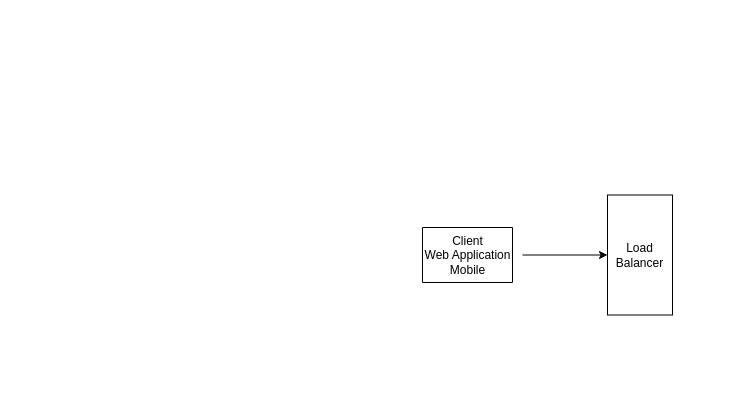
This is twitter.drawio from lacrimae/system_design_practice, a draw.io file, before an edit. Source tidied: cells renumbered, new cells numbered last; positions are measured from the earlier drawing's top-left corner, leaving out a move shared by most shapes. Both pictures are drawn from the tidied source at 100%, with x=0, y=0 at pixel (412, 195).
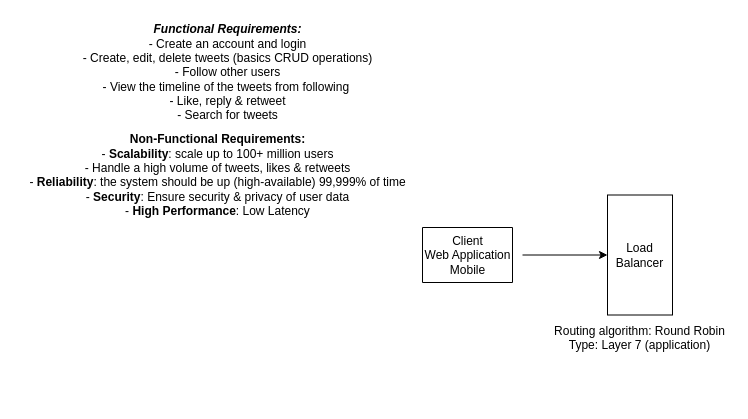
Above is the later version.

The edit, as a diff of the source:
```diff
@@
 <mxGraphModel>
   <root>
     <mxCell id="0" />
     <mxCell id="1" parent="0" />
     <mxCell id="2" style="swimlane;startSize=0;" parent="1" vertex="1">
       <mxGeometry x="10" y="32" width="90" height="55" as="geometry" />
     </mxCell>
     <mxCell id="3" value="Client&lt;div&gt;Web Application&lt;/div&gt;&lt;div&gt;Mobile&lt;/div&gt;" style="text;html=1;align=center;verticalAlign=middle;points=[];strokeColor=none;fillColor=none;" parent="2" vertex="1">
       <mxGeometry x="-10" y="-2.5" width="110" height="60" as="geometry" />
     </mxCell>
     <mxCell id="4" style="edgeStyle=orthogonalEdgeStyle;rounded=0;jettySize=auto;html=1;" parent="1" edge="1" source="3">
       <mxGeometry relative="1" as="geometry">
         <mxPoint x="195" y="59.5" as="targetPoint" />
       </mxGeometry>
     </mxCell>
     <mxCell id="5" value="Load Balancer" style="rounded=0;whiteSpace=wrap;html=1;" parent="1" vertex="1">
       <mxGeometry x="195" y="-0.5" width="65" height="120" as="geometry" />
     </mxCell>
+    <mxCell id="6" value="&lt;b&gt;&lt;i&gt;Functional Requirements:&lt;/i&gt;&lt;/b&gt;&lt;div&gt;- Create an account and login&lt;/div&gt;&lt;div&gt;- Create, edit, delete tweets (basics CRUD operations)&lt;/div&gt;&lt;div&gt;- Follow other users&lt;/div&gt;&lt;div&gt;- View the timeline of the tweets from following&amp;nbsp;&lt;/div&gt;&lt;div&gt;- Like, reply &amp;amp; retweet&lt;/div&gt;&lt;div&gt;- Search for tweets&lt;/div&gt;" style="text;html=1;align=center;verticalAlign=middle;strokeColor=none;fillColor=none;" parent="1" vertex="1">
+      <mxGeometry x="-340" y="-178" width="310" height="110" as="geometry" />
+    </mxCell>
+    <mxCell id="7" value="&lt;b&gt;Non-Functional Requirements:&lt;/b&gt;&lt;div&gt;- &lt;b&gt;Scalability&lt;/b&gt;: scale up to 100+ million users&lt;/div&gt;&lt;div&gt;- Handle a high volume of tweets, likes &amp;amp; retweets&lt;/div&gt;&lt;div&gt;&lt;span style=&quot;background-color: transparent; color: light-dark(rgb(0, 0, 0), rgb(255, 255, 255));&quot;&gt;- &lt;/span&gt;&lt;b style=&quot;background-color: transparent; color: light-dark(rgb(0, 0, 0), rgb(255, 255, 255));&quot;&gt;Reliability&lt;/b&gt;&lt;span style=&quot;background-color: transparent; color: light-dark(rgb(0, 0, 0), rgb(255, 255, 255));&quot;&gt;: the system should be up (high-available) 99,999% of time&lt;/span&gt;&lt;/div&gt;&lt;div&gt;&lt;div&gt;- &lt;b&gt;Security&lt;/b&gt;: Ensure security &amp;amp; privacy of user data&lt;/div&gt;&lt;div&gt;&lt;div&gt;- &lt;b&gt;High Performance&lt;/b&gt;:&amp;nbsp;&lt;span style=&quot;background-color: transparent; color: light-dark(rgb(0, 0, 0), rgb(255, 255, 255));&quot;&gt;Low Latency&lt;/span&gt;&lt;/div&gt;&lt;div&gt;&lt;span style=&quot;background-color: transparent; color: light-dark(rgb(0, 0, 0), rgb(255, 255, 255));&quot;&gt;&lt;br&gt;&lt;/span&gt;&lt;/div&gt;&lt;/div&gt;&lt;/div&gt;" style="text;html=1;align=center;verticalAlign=middle;strokeColor=none;fillColor=none;" parent="1" vertex="1">
+      <mxGeometry x="-395" y="-68" width="400" height="110" as="geometry" />
+    </mxCell>
+    <mxCell id="8" value="&lt;div style=&quot;&quot;&gt;&lt;br&gt;&lt;/div&gt;" style="text;html=1;align=center;verticalAlign=middle;strokeColor=none;fillColor=none;rotation=0;imageWidth=55;imageHeight=10;perimeter=none;" parent="1" vertex="1">
+      <mxGeometry x="205" y="177" width="20" height="30" as="geometry" />
+    </mxCell>
+    <mxCell id="9" value="&lt;div style=&quot;text-wrap-mode: nowrap;&quot;&gt;&lt;span style=&quot;text-wrap-mode: wrap; color: light-dark(rgb(0, 0, 0), rgb(255, 255, 255)); background-color: light-dark(#ffffff, var(--ge-dark-color, #121212));&quot;&gt;Routing algorithm: Round Robin&lt;/span&gt;&lt;/div&gt;&lt;div style=&quot;text-wrap-mode: nowrap; line-height: 12px;&quot;&gt;&lt;span style=&quot;text-wrap-mode: wrap; background-color: light-dark(#ffffff, var(--ge-dark-color, #121212));&quot;&gt;Type: Layer 7 (application)&lt;/span&gt;&lt;/div&gt;" style="rounded=0;whiteSpace=wrap;html=1;fillColor=default;strokeColor=none;" parent="1" vertex="1">
+      <mxGeometry x="136.2" y="132" width="182.5" height="20" as="geometry" />
+    </mxCell>
   </root>
 </mxGraphModel>
```
